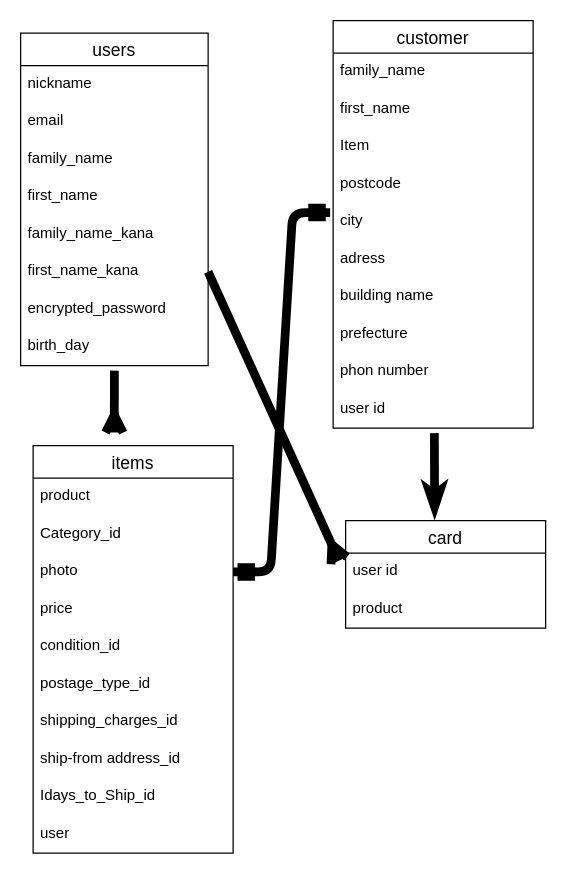
Earlier version of the draw.io diagram config/readme.dio (tya-suke/furima-38764). Source tidied: cells renumbered, new cells numbered last; positions are measured from the earlier drawing's top-left corner, leaving out a move shared by most shapes. Both pictures are drawn from the tidied source at 125%, with x=0, y=0 at pixel (20, 20).
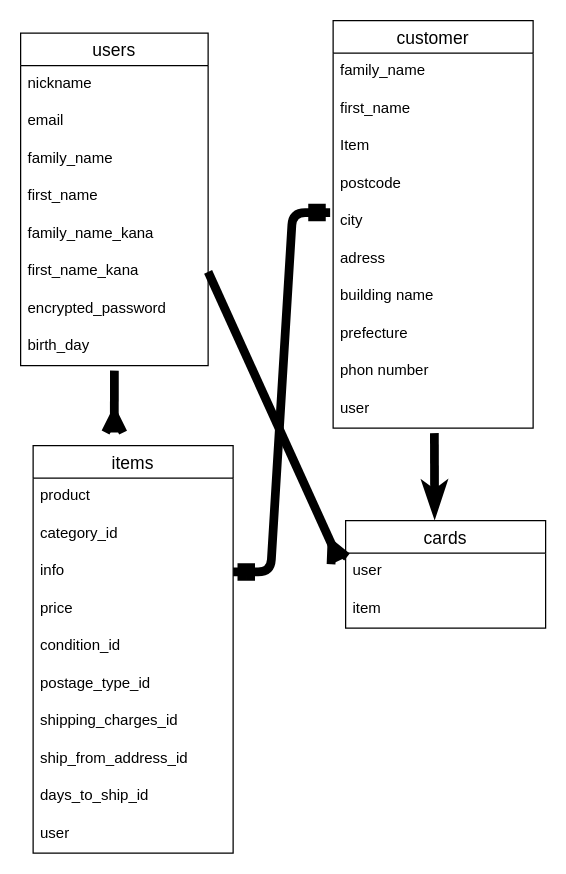
After the change.

Unchanged cells that the change refers to:
```xml
<mxCell id="11" value="items" style="swimlane;fontStyle=0;horizontal=1;startSize=26;align=center;fontSize=14;rounded=0;" parent="1" vertex="1">
  <mxGeometry x="10" y="340" width="160" height="326" as="geometry" />
</mxCell>
<mxCell id="22" value="customer" style="swimlane;fontStyle=0;horizontal=1;startSize=26;align=center;fontSize=14;" parent="1" vertex="1">
  <mxGeometry x="250" width="160" height="326" as="geometry" />
</mxCell>
```

Change to the diagram source:
```diff
@@
-    <mxCell id="13" value="Category_id" style="text;strokeColor=none;fillColor=none;spacingLeft=4;spacingRight=4;overflow=hidden;fontSize=12;rounded=0;" parent="11" vertex="1">
+    <mxCell id="13" value="category_id" style="text;strokeColor=none;fillColor=none;spacingLeft=4;spacingRight=4;overflow=hidden;fontSize=12;rounded=0;" parent="11" vertex="1">
       <mxGeometry y="56" width="160" height="30" as="geometry" />
     </mxCell>
-    <mxCell id="14" value="photo" style="text;strokeColor=none;fillColor=none;spacingLeft=4;spacingRight=4;overflow=hidden;points=[[0,0.5],[1,0.5]];portConstraint=eastwest;fontSize=12;" parent="11" vertex="1">
+    <mxCell id="14" value="info" style="text;strokeColor=none;fillColor=none;spacingLeft=4;spacingRight=4;overflow=hidden;points=[[0,0.5],[1,0.5]];portConstraint=eastwest;fontSize=12;" parent="11" vertex="1">
       <mxGeometry y="86" width="160" height="30" as="geometry" />
     </mxCell>
@@
-    <mxCell id="19" value="ship-from address_id" style="text;strokeColor=none;fillColor=none;spacingLeft=4;spacingRight=4;overflow=hidden;fontSize=12;" parent="11" vertex="1">
+    <mxCell id="19" value="ship_from_address_id" style="text;strokeColor=none;fillColor=none;spacingLeft=4;spacingRight=4;overflow=hidden;fontSize=12;" parent="11" vertex="1">
       <mxGeometry y="236" width="160" height="30" as="geometry" />
     </mxCell>
-    <mxCell id="20" value="Idays_to_Ship_id  " style="text;strokeColor=none;fillColor=none;spacingLeft=4;spacingRight=4;overflow=hidden;fontSize=12;" parent="11" vertex="1">
+    <mxCell id="20" value="days_to_ship_id  " style="text;strokeColor=none;fillColor=none;spacingLeft=4;spacingRight=4;overflow=hidden;fontSize=12;" parent="11" vertex="1">
       <mxGeometry y="266" width="160" height="30" as="geometry" />
     </mxCell>
@@
-    <mxCell id="32" value="user id" style="text;strokeColor=none;fillColor=none;spacingLeft=4;spacingRight=4;overflow=hidden;fontSize=12;" parent="22" vertex="1">
+    <mxCell id="32" value="user " style="text;strokeColor=none;fillColor=none;spacingLeft=4;spacingRight=4;overflow=hidden;fontSize=12;" parent="22" vertex="1">
       <mxGeometry y="296" width="160" height="30" as="geometry" />
     </mxCell>
-    <mxCell id="33" value="card" style="swimlane;fontStyle=0;horizontal=1;startSize=26;align=center;fontSize=14;" parent="1" vertex="1">
+    <mxCell id="33" value="cards" style="swimlane;fontStyle=0;horizontal=1;startSize=26;align=center;fontSize=14;" parent="1" vertex="1">
       <mxGeometry x="260" y="400" width="160" height="86" as="geometry" />
     </mxCell>
-    <mxCell id="34" value="user id" style="text;strokeColor=none;fillColor=none;spacingLeft=4;spacingRight=4;overflow=hidden;points=[[0,0.5],[1,0.5]];portConstraint=eastwest;fontSize=12;" parent="33" vertex="1">
+    <mxCell id="34" value="user " style="text;strokeColor=none;fillColor=none;spacingLeft=4;spacingRight=4;overflow=hidden;points=[[0,0.5],[1,0.5]];portConstraint=eastwest;fontSize=12;" parent="33" vertex="1">
       <mxGeometry y="26" width="160" height="30" as="geometry" />
     </mxCell>
-    <mxCell id="35" value="product " style="text;strokeColor=none;fillColor=none;spacingLeft=4;spacingRight=4;overflow=hidden;fontSize=12;" parent="33" vertex="1">
+    <mxCell id="35" value="item" style="text;strokeColor=none;fillColor=none;spacingLeft=4;spacingRight=4;overflow=hidden;fontSize=12;" parent="33" vertex="1">
       <mxGeometry y="56" width="160" height="30" as="geometry" />
     </mxCell>
```
